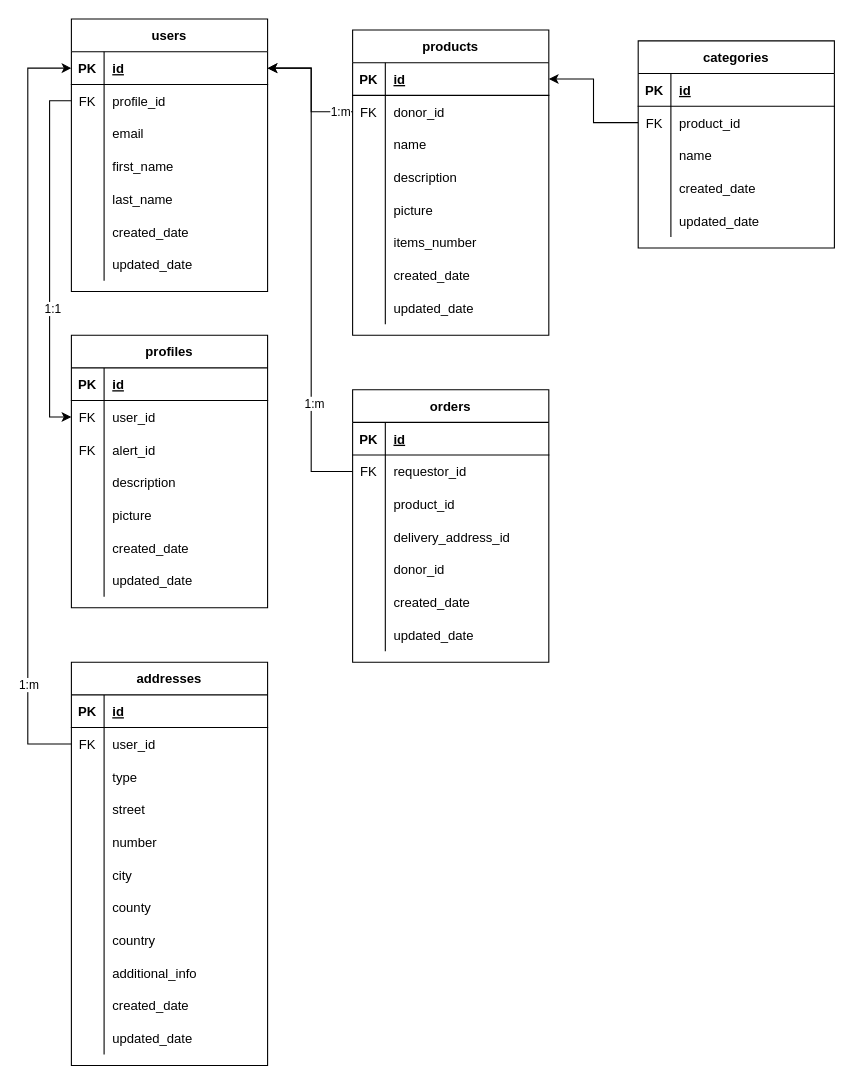
PixLix1/donations_point keeps this draw.io diagram as donations_point.drawio. Above is the earlier version. Source tidied: cells renumbered, new cells numbered last; positions are measured from the earlier drawing's top-left corner, leaving out a move shared by most shapes. Both pictures are drawn from the tidied source at 109%, with x=0, y=0 at pixel (27, 19).
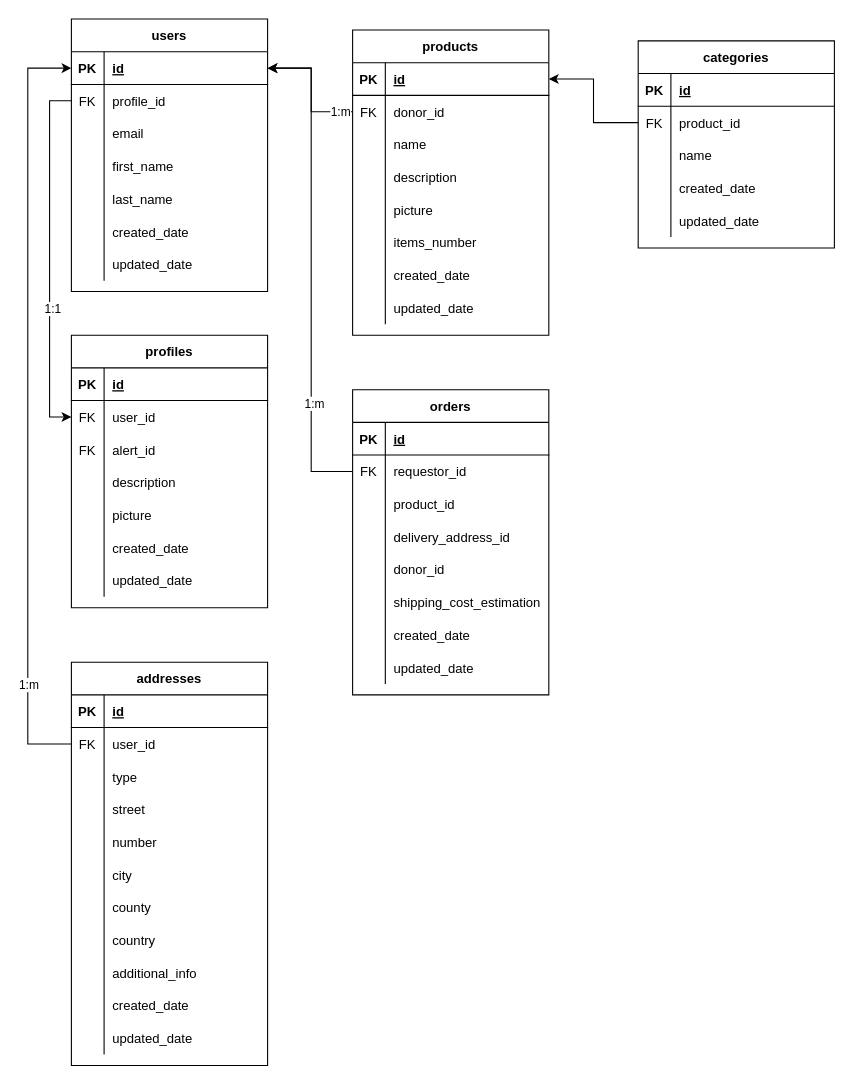
After the change.

Change to the diagram source:
```diff
@@
     <mxCell id="71" value="orders" style="shape=table;startSize=30;childLayout=tableLayout;rowLines=0;fontStyle=1;align=center;" parent="1" vertex="1">
-      <mxGeometry x="298" y="340" width="180" height="250" as="geometry" />
+      <mxGeometry x="298" y="340" width="180" height="280" as="geometry" />
     </mxCell>
@@
+    <mxCell id="152" style="shape=partialRectangle;fillColor=none;top=0;left=0;bottom=0;right=0;" parent="71" vertex="1">
+      <mxGeometry y="180" width="180" height="30" as="geometry" />
+    </mxCell>
+    <mxCell id="153" style="shape=partialRectangle;fillColor=none;top=0;left=0;bottom=0;right=0;overflow=hidden;" parent="152" vertex="1">
+      <mxGeometry width="30" height="30" as="geometry" />
+    </mxCell>
+    <mxCell id="154" value="shipping_cost_estimation" style="shape=partialRectangle;fillColor=none;top=0;left=0;bottom=0;right=0;align=left;spacingLeft=6;overflow=hidden;" parent="152" vertex="1">
+      <mxGeometry x="30" width="150" height="30" as="geometry" />
+    </mxCell>
     <mxCell id="87" style="shape=partialRectangle;fillColor=none;top=0;left=0;bottom=0;right=0;" parent="71" vertex="1">
-      <mxGeometry y="180" width="180" height="30" as="geometry" />
+      <mxGeometry y="210" width="180" height="30" as="geometry" />
     </mxCell>
@@
     <mxCell id="90" style="shape=partialRectangle;fillColor=none;top=0;left=0;bottom=0;right=0;" parent="71" vertex="1">
-      <mxGeometry y="210" width="180" height="30" as="geometry" />
+      <mxGeometry y="240" width="180" height="30" as="geometry" />
     </mxCell>
```
